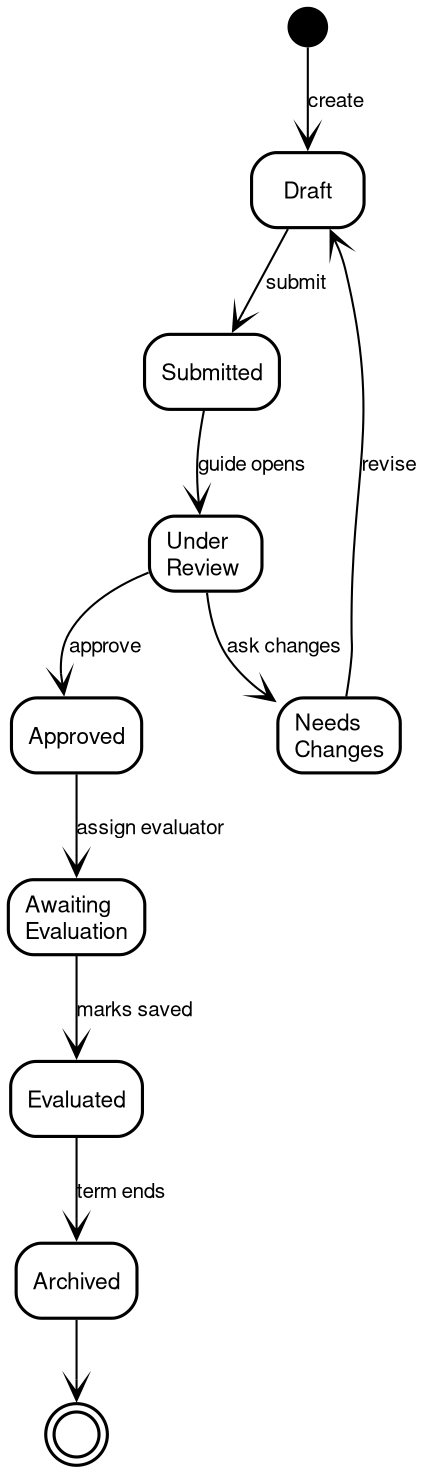
The Graphviz diagram docs/diagrams/11-state-project.png in akshita777/iips-ug-pg-project-repository-system, before a commit. Its source is kept beside it as docs/diagrams/11-state-project.dot.
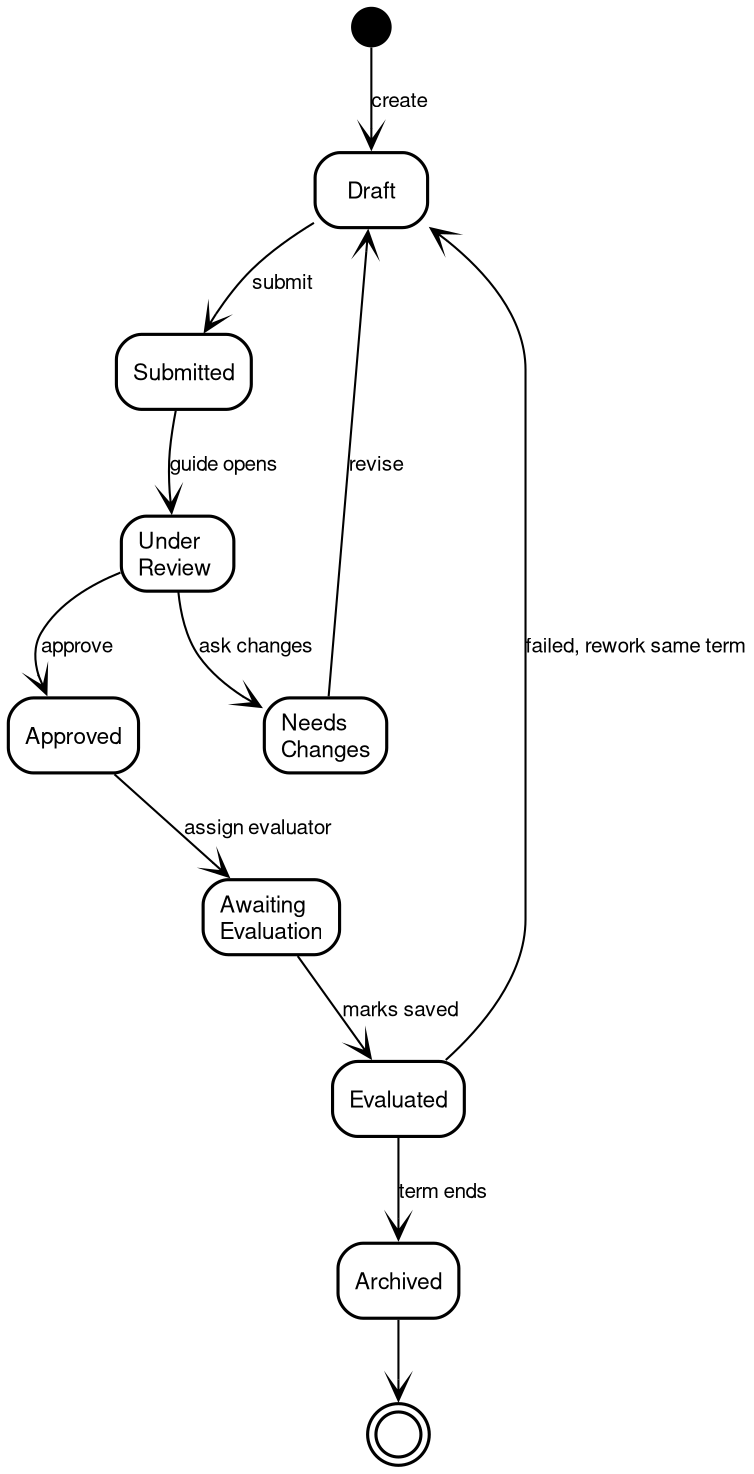
After the commit.

What changed in the source:
```diff
@@ -29,5 +29,6 @@
   approved -> pending [label="assign evaluator"];
   pending -> evaluated [label="marks saved"];
   evaluated -> archived [label="term ends"];
+  evaluated -> draft [label="failed, rework same term"];
   archived -> end;
 }
```
